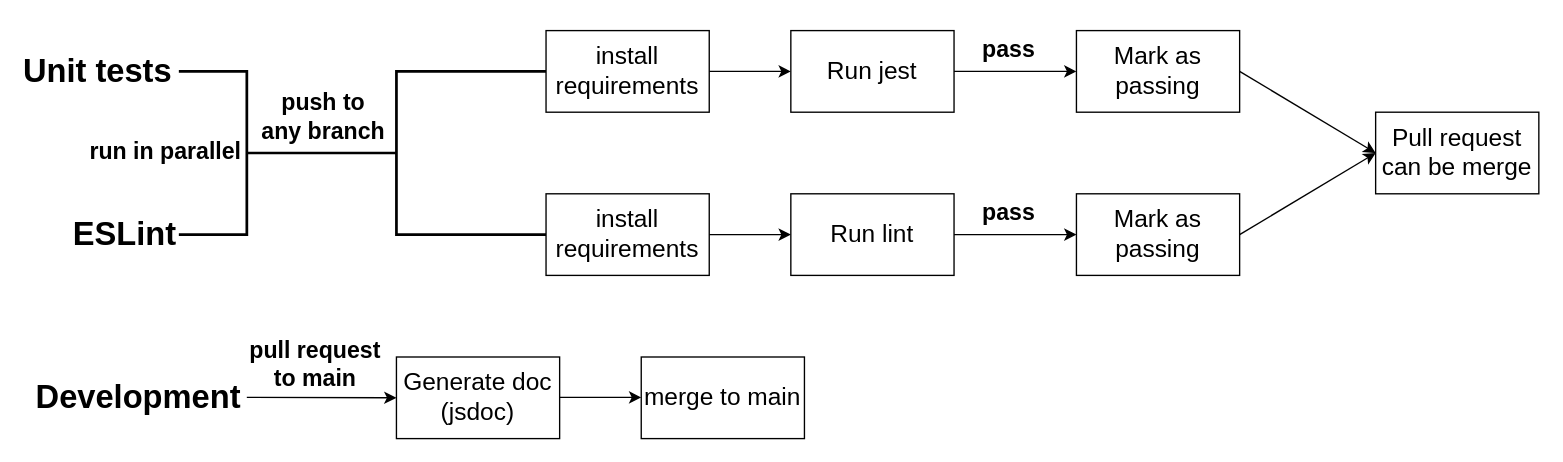
Above: admin/cipipeline/phase1.drawio in cse110-sp23-group12/cse110-sp23-group12 (draw.io), before the change. Source tidied: cells renumbered, new cells numbered last; positions are measured from the earlier drawing's top-left corner, leaving out a move shared by most shapes. Both pictures are drawn from the tidied source at 136%, with x=0, y=0 at pixel (29, 23).
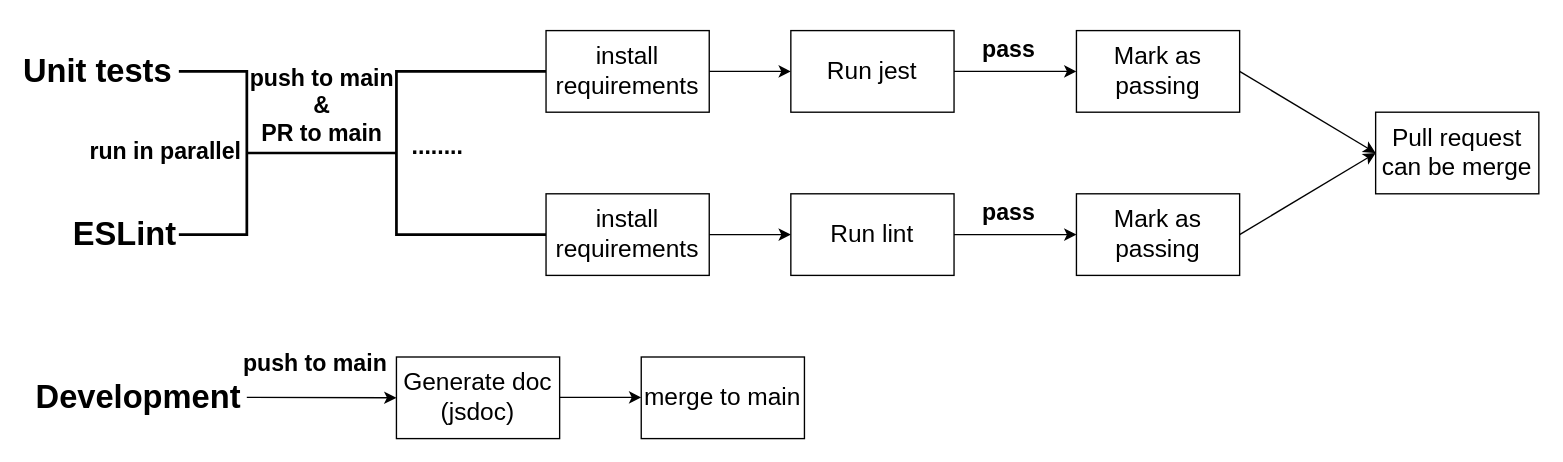
Above is the later version.

Diff of the diagram source:
```diff
@@
-    <mxCell id="27" value="pull request&lt;br&gt;to main" style="text;strokeColor=none;fillColor=none;html=1;fontSize=17;fontStyle=1;verticalAlign=middle;align=center;" parent="1" vertex="1">
-      <mxGeometry x="160" y="231" width="100" height="40" as="geometry" />
+    <mxCell id="27" value="push to main&lt;br&gt;&amp;amp;&lt;br&gt;PR to main" style="text;strokeColor=none;fillColor=none;html=1;fontSize=17;fontStyle=1;verticalAlign=middle;align=center;" parent="1" vertex="1">
+      <mxGeometry x="165" y="41" width="100" height="40" as="geometry" />
     </mxCell>
-    <mxCell id="28" value="push to &lt;br&gt;any branch" style="text;strokeColor=none;fillColor=none;html=1;fontSize=17;fontStyle=1;verticalAlign=middle;align=center;" parent="1" vertex="1">
-      <mxGeometry x="166" y="49" width="100" height="40" as="geometry" />
+    <mxCell id="28" value="push to main" style="text;strokeColor=none;fillColor=none;html=1;fontSize=17;fontStyle=1;verticalAlign=middle;align=center;" parent="1" vertex="1">
+      <mxGeometry x="160" y="231" width="100" height="40" as="geometry" />
     </mxCell>
@@
+    <mxCell id="30" value="........" style="text;strokeColor=none;fillColor=none;html=1;fontSize=17;fontStyle=1;verticalAlign=middle;align=center;" parent="1" vertex="1">
+      <mxGeometry x="250" y="71" width="100" height="40" as="geometry" />
+    </mxCell>
```
